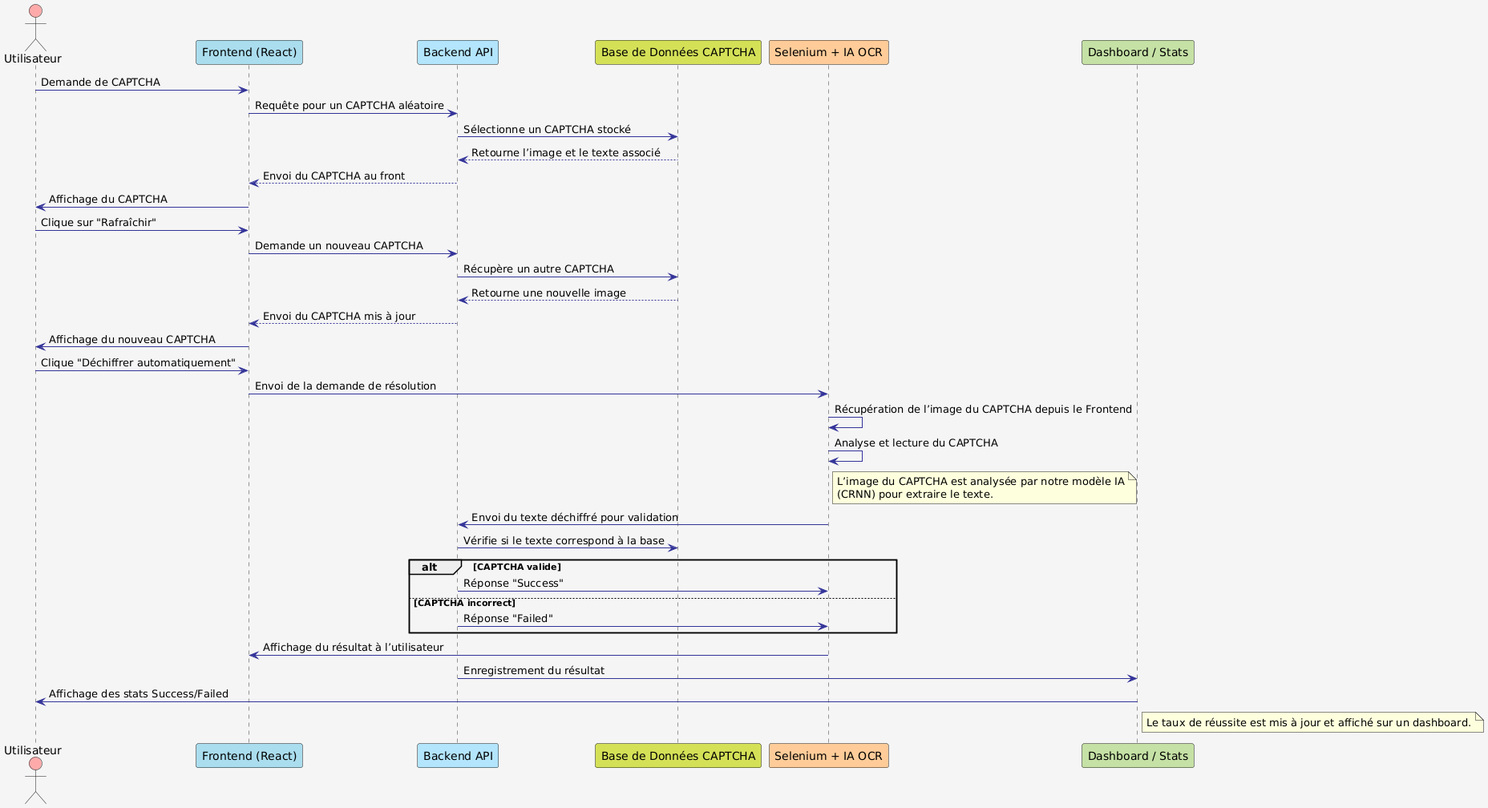
Fantik94/captcha_resolver keeps this PlantUML diagram as séquence.png. Above is the earlier version. The source it was exported from:
```plantuml
@startuml
skinparam backgroundColor #F5F5F5
skinparam sequence {
    ActorBackgroundColor #FFDDDD
    ParticipantBackgroundColor #DDDDFF
    LifeLineBackgroundColor #FFFFFF
    LifeLineBorderColor #333333
    ArrowColor #333399
    NoteBackgroundColor #FFFFCC
}

actor "Utilisateur" as User #FFAAAA
participant "Frontend (React)" as Frontend #AADDEE
participant "Backend API" as Backend #B3E5FC
participant "Base de Données CAPTCHA" as DB #D4E157
participant "Selenium + IA OCR" as AI #FFCC99
participant "Dashboard / Stats" as Dashboard #C5E1A5

User -> Frontend: Demande de CAPTCHA
Frontend -> Backend: Requête pour un CAPTCHA aléatoire
Backend -> DB: Sélectionne un CAPTCHA stocké
DB --> Backend: Retourne l’image et le texte associé
Backend --> Frontend: Envoi du CAPTCHA au front
Frontend -> User: Affichage du CAPTCHA

User -> Frontend: Clique sur "Rafraîchir"
Frontend -> Backend: Demande un nouveau CAPTCHA
Backend -> DB: Récupère un autre CAPTCHA
DB --> Backend: Retourne une nouvelle image
Backend --> Frontend: Envoi du CAPTCHA mis à jour
Frontend -> User: Affichage du nouveau CAPTCHA

User -> Frontend: Clique "Déchiffrer automatiquement"
Frontend -> AI: Envoi de la demande de résolution

AI -> AI: Récupération de l’image du CAPTCHA depuis le Frontend
AI -> AI: Analyse et lecture du CAPTCHA
note right of AI
L’image du CAPTCHA est analysée par notre modèle IA
(CRNN) pour extraire le texte.
end note

AI -> Backend: Envoi du texte déchiffré pour validation
Backend -> DB: Vérifie si le texte correspond à la base
alt CAPTCHA valide
    Backend -> AI: Réponse "Success"
else CAPTCHA incorrect
    Backend -> AI: Réponse "Failed"
end
AI -> Frontend: Affichage du résultat à l’utilisateur

Backend -> Dashboard: Enregistrement du résultat
Dashboard -> User: Affichage des stats Success/Failed
note right of Dashboard
Le taux de réussite est mis à jour et affiché sur un dashboard.
end note
@enduml
```
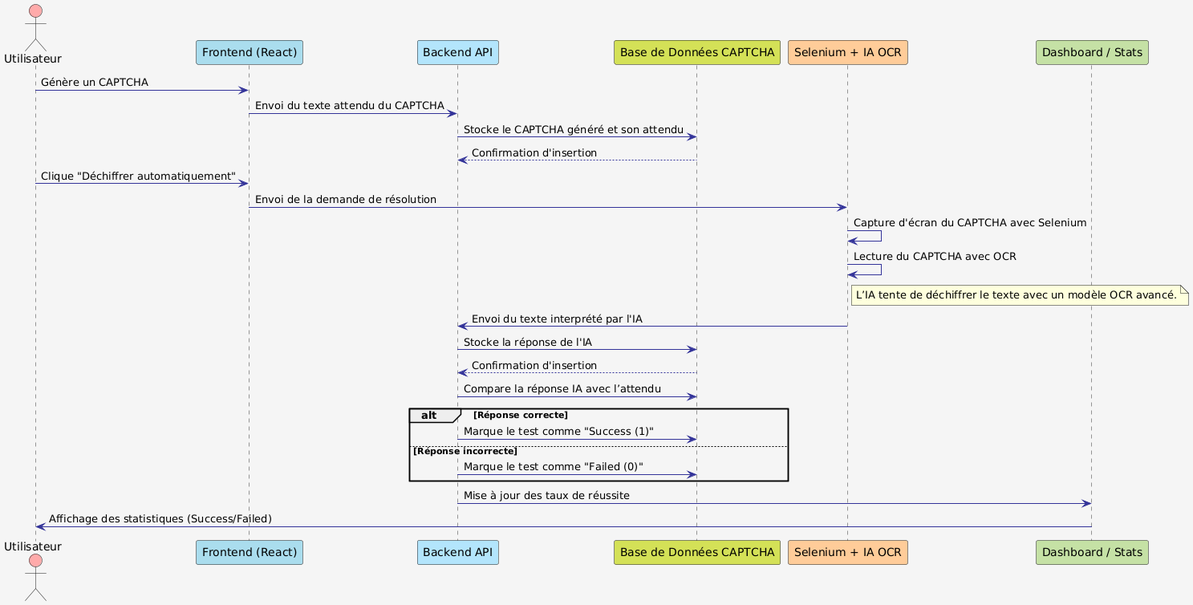
After the commit.

Diff of the diagram source:
```diff
@@ -16,42 +16,31 @@
 participant "Selenium + IA OCR" as AI #FFCC99
 participant "Dashboard / Stats" as Dashboard #C5E1A5
 
-User -> Frontend: Demande de CAPTCHA
-Frontend -> Backend: Requête pour un CAPTCHA aléatoire
-Backend -> DB: Sélectionne un CAPTCHA stocké
-DB --> Backend: Retourne l’image et le texte associé
-Backend --> Frontend: Envoi du CAPTCHA au front
-Frontend -> User: Affichage du CAPTCHA
-
-User -> Frontend: Clique sur "Rafraîchir"
-Frontend -> Backend: Demande un nouveau CAPTCHA
-Backend -> DB: Récupère un autre CAPTCHA
-DB --> Backend: Retourne une nouvelle image
-Backend --> Frontend: Envoi du CAPTCHA mis à jour
-Frontend -> User: Affichage du nouveau CAPTCHA
+User -> Frontend: Génère un CAPTCHA
+Frontend -> Backend: Envoi du texte attendu du CAPTCHA
+Backend -> DB: Stocke le CAPTCHA généré et son attendu
+DB --> Backend: Confirmation d'insertion
 
 User -> Frontend: Clique "Déchiffrer automatiquement"
 Frontend -> AI: Envoi de la demande de résolution
 
-AI -> AI: Récupération de l’image du CAPTCHA depuis le Frontend
-AI -> AI: Analyse et lecture du CAPTCHA
+AI -> AI: Capture d'écran du CAPTCHA avec Selenium
+AI -> AI: Lecture du CAPTCHA avec OCR
 note right of AI
-L’image du CAPTCHA est analysée par notre modèle IA
-(CRNN) pour extraire le texte.
+L’IA tente de déchiffrer le texte avec un modèle OCR avancé.
 end note
 
-AI -> Backend: Envoi du texte déchiffré pour validation
-Backend -> DB: Vérifie si le texte correspond à la base
-alt CAPTCHA valide
-    Backend -> AI: Réponse "Success"
-else CAPTCHA incorrect
-    Backend -> AI: Réponse "Failed"
+AI -> Backend: Envoi du texte interprété par l'IA
+Backend -> DB: Stocke la réponse de l'IA
+DB --> Backend: Confirmation d'insertion
+
+Backend -> DB: Compare la réponse IA avec l’attendu
+alt Réponse correcte
+    Backend -> DB: Marque le test comme "Success (1)"
+else Réponse incorrecte
+    Backend -> DB: Marque le test comme "Failed (0)"
 end
-AI -> Frontend: Affichage du résultat à l’utilisateur
 
-Backend -> Dashboard: Enregistrement du résultat
-Dashboard -> User: Affichage des stats Success/Failed
-note right of Dashboard
-Le taux de réussite est mis à jour et affiché sur un dashboard.
-end note
+Backend -> Dashboard: Mise à jour des taux de réussite
+Dashboard -> User: Affichage des statistiques (Success/Failed)
 @enduml
```
